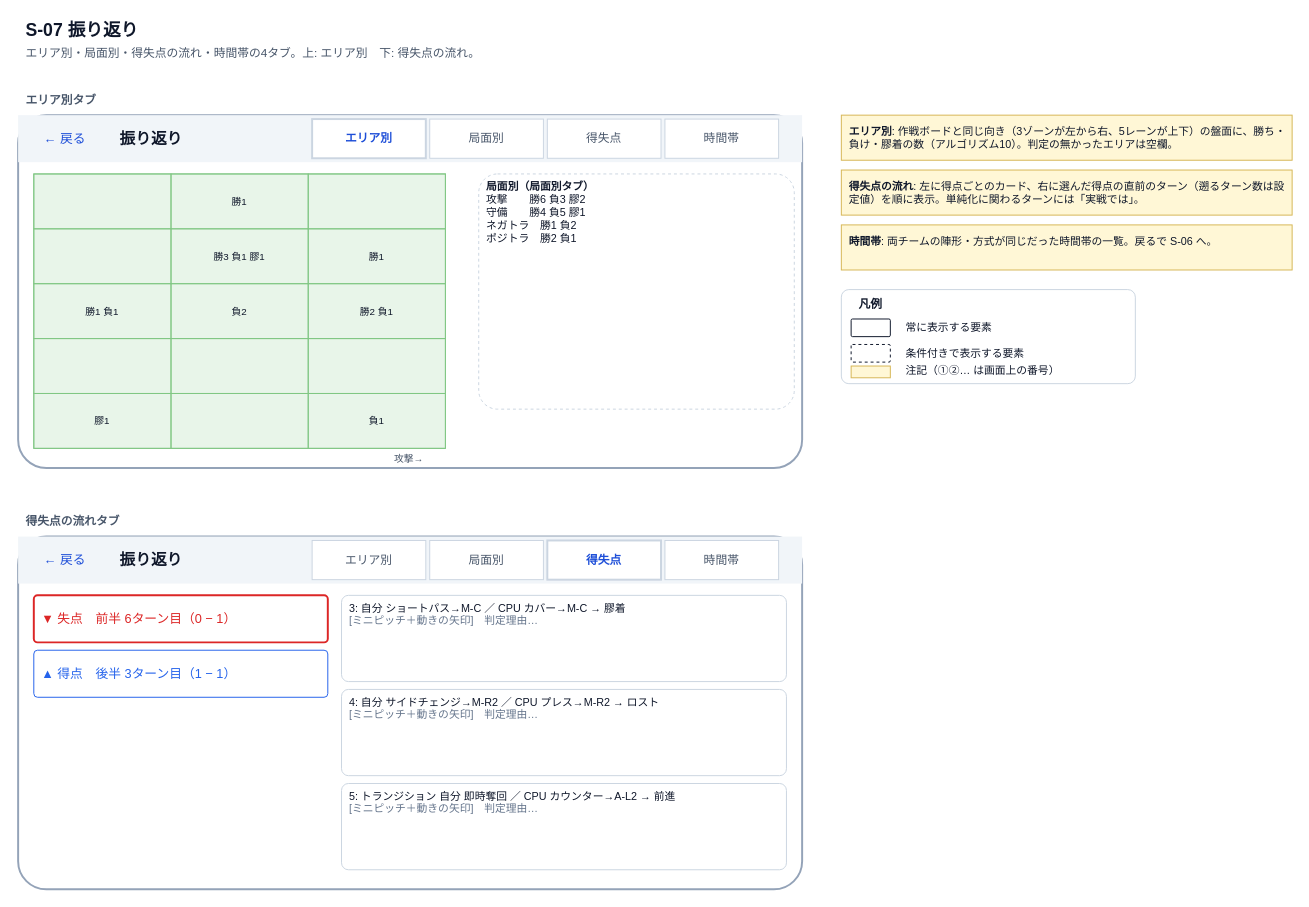
Above: page "wireframe-s07-review" (7 of 12) of docs/specs/2_basic-design/wireframes.drawio in n-yata/soccer-sim (draw.io), before the change. Source tidied: cells renumbered, new cells numbered last; positions are measured from the earlier drawing's top-left corner, leaving out a move shared by most shapes. Both pictures are drawn from the tidied source at 98%, with x=0, y=0 at pixel (18, 17).
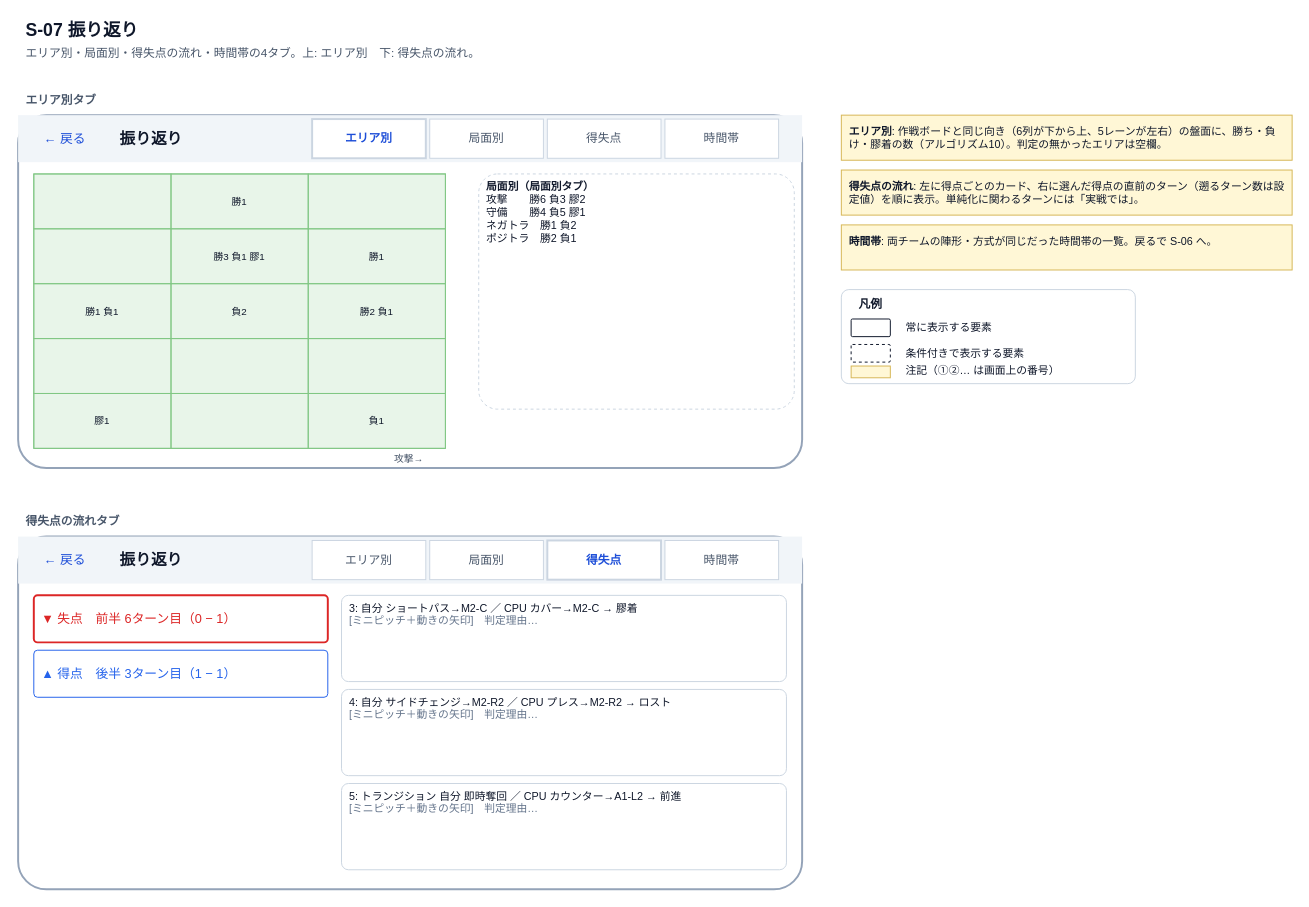
After the change.

What changed in the source:
```diff
@@
-    <mxCell id="42" value="3: 自分 ショートパス→M-C ／ CPU カバー→M-C → 膠着&lt;br&gt;&lt;span style='color:#64748B'&gt;[ミニピッチ＋動きの矢印]　判定理由…&lt;/span&gt;" style="rounded=1;arcSize=8;whiteSpace=wrap;html=1;fillColor=#FFFFFF;strokeColor=#CBD5E1;fontSize=11;fontColor=#0F172A;align=left;verticalAlign=top;spacingLeft=6;spacingRight=6;" parent="1" vertex="1">
+    <mxCell id="42" value="3: 自分 ショートパス→M2-C ／ CPU カバー→M2-C → 膠着&lt;br&gt;&lt;span style='color:#64748B'&gt;[ミニピッチ＋動きの矢印]　判定理由…&lt;/span&gt;" style="rounded=1;arcSize=8;whiteSpace=wrap;html=1;fillColor=#FFFFFF;strokeColor=#CBD5E1;fontSize=11;fontColor=#0F172A;align=left;verticalAlign=top;spacingLeft=6;spacingRight=6;" parent="1" vertex="1">
       <mxGeometry x="330" y="590" width="454" height="88" as="geometry" />
     </mxCell>
-    <mxCell id="43" value="4: 自分 サイドチェンジ→M-R2 ／ CPU プレス→M-R2 → ロスト&lt;br&gt;&lt;span style='color:#64748B'&gt;[ミニピッチ＋動きの矢印]　判定理由…&lt;/span&gt;" style="rounded=1;arcSize=8;whiteSpace=wrap;html=1;fillColor=#FFFFFF;strokeColor=#CBD5E1;fontSize=11;fontColor=#0F172A;align=left;verticalAlign=top;spacingLeft=6;spacingRight=6;" parent="1" vertex="1">
+    <mxCell id="43" value="4: 自分 サイドチェンジ→M2-R2 ／ CPU プレス→M2-R2 → ロスト&lt;br&gt;&lt;span style='color:#64748B'&gt;[ミニピッチ＋動きの矢印]　判定理由…&lt;/span&gt;" style="rounded=1;arcSize=8;whiteSpace=wrap;html=1;fillColor=#FFFFFF;strokeColor=#CBD5E1;fontSize=11;fontColor=#0F172A;align=left;verticalAlign=top;spacingLeft=6;spacingRight=6;" parent="1" vertex="1">
       <mxGeometry x="330" y="686" width="454" height="88" as="geometry" />
     </mxCell>
-    <mxCell id="44" value="5: トランジション 自分 即時奪回 ／ CPU カウンター→A-L2 → 前進&lt;br&gt;&lt;span style='color:#64748B'&gt;[ミニピッチ＋動きの矢印]　判定理由…&lt;/span&gt;" style="rounded=1;arcSize=8;whiteSpace=wrap;html=1;fillColor=#FFFFFF;strokeColor=#CBD5E1;fontSize=11;fontColor=#0F172A;align=left;verticalAlign=top;spacingLeft=6;spacingRight=6;" parent="1" vertex="1">
+    <mxCell id="44" value="5: トランジション 自分 即時奪回 ／ CPU カウンター→A1-L2 → 前進&lt;br&gt;&lt;span style='color:#64748B'&gt;[ミニピッチ＋動きの矢印]　判定理由…&lt;/span&gt;" style="rounded=1;arcSize=8;whiteSpace=wrap;html=1;fillColor=#FFFFFF;strokeColor=#CBD5E1;fontSize=11;fontColor=#0F172A;align=left;verticalAlign=top;spacingLeft=6;spacingRight=6;" parent="1" vertex="1">
       <mxGeometry x="330" y="782" width="454" height="88" as="geometry" />
     </mxCell>
-    <mxCell id="45" value="&lt;b&gt;エリア別&lt;/b&gt;: 作戦ボードと同じ向き（3ゾーンが左から右、5レーンが上下）の盤面に、勝ち・負け・膠着の数（アルゴリズム10）。判定の無かったエリアは空欄。" style="rounded=0;arcSize=8;whiteSpace=wrap;html=1;fillColor=#FFF7D6;strokeColor=#D6B656;fontSize=11;fontColor=#0F172A;align=left;verticalAlign=top;spacingLeft=6;spacingRight=6;spacingTop=4;" parent="1" vertex="1">
+    <mxCell id="45" value="&lt;b&gt;エリア別&lt;/b&gt;: 作戦ボードと同じ向き（6列が下から上、5レーンが左右）の盤面に、勝ち・負け・膠着の数（アルゴリズム10）。判定の無かったエリアは空欄。" style="rounded=0;arcSize=8;whiteSpace=wrap;html=1;fillColor=#FFF7D6;strokeColor=#D6B656;fontSize=11;fontColor=#0F172A;align=left;verticalAlign=top;spacingLeft=6;spacingRight=6;spacingTop=4;" parent="1" vertex="1">
       <mxGeometry x="840" y="100" width="460" height="46" as="geometry" />
     </mxCell>
```
